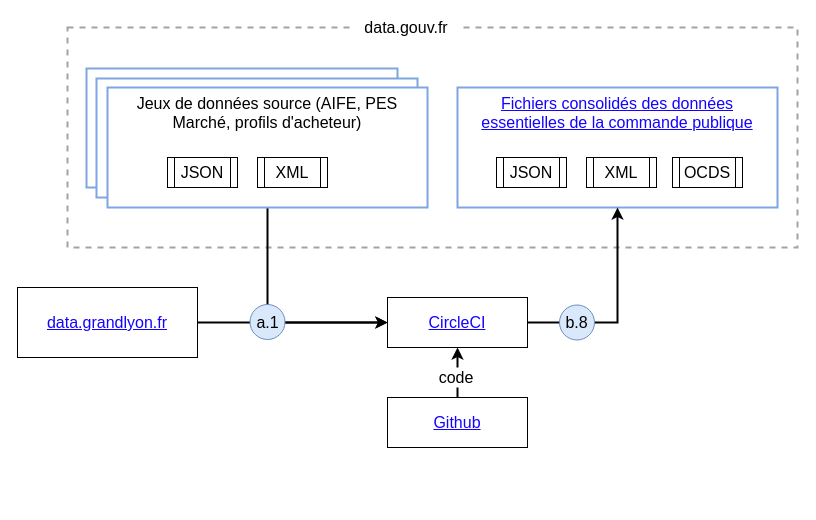
Above: decp-rama.drawio in ColinMaudry/decp-docs (draw.io), before the change. Source tidied: cells renumbered, new cells numbered last; positions are measured from the earlier drawing's top-left corner, leaving out a move shared by most shapes. Both pictures are drawn from the tidied source at 100%, with x=0, y=0 at pixel (17, 17).
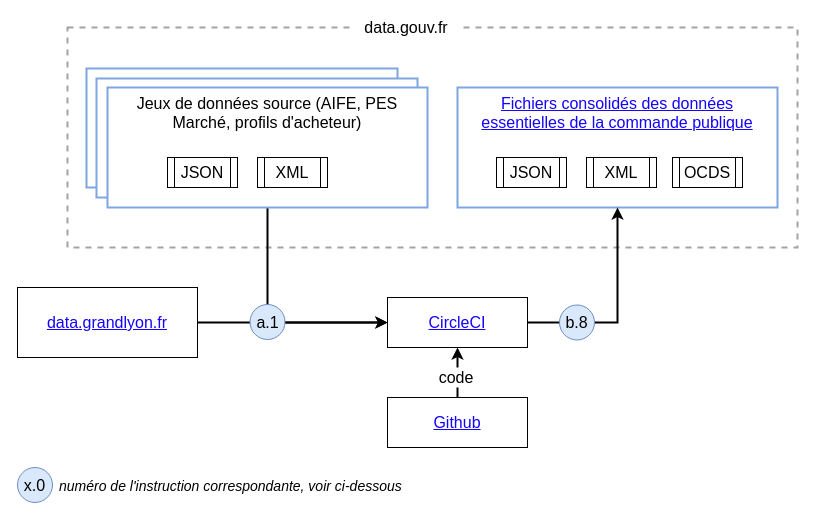
The same page after the edit.

What changed in the source:
```diff
@@
+    <mxCell id="23" value="x.0" style="ellipse;whiteSpace=wrap;html=1;fontSize=16;fillColor=#dae8fc;strokeColor=#6c8ebf;" parent="1" vertex="1">
+      <mxGeometry y="450" width="35" height="35" as="geometry" />
+    </mxCell>
+    <mxCell id="24" value="&lt;font style=&quot;font-size: 14px&quot;&gt;numéro de l'instruction correspondante, voir ci-dessous&lt;/font&gt;" style="text;html=1;strokeColor=none;align=left;verticalAlign=middle;whiteSpace=wrap;rounded=0;dashed=1;fontSize=16;fillColor=#ffffff;fontStyle=2;" parent="1" vertex="1">
+      <mxGeometry x="40" y="457.5" width="370" height="20" as="geometry" />
+    </mxCell>
```
